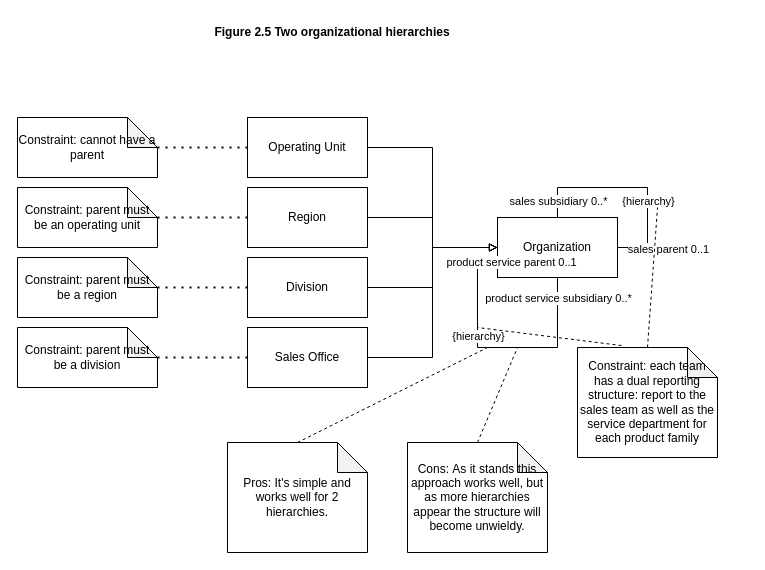
Before: analysis-patterns-2-5-Two-organizational-hierarchies.drawio in wubin28/analysis-patterns-diagrams-in-uml, a draw.io diagram. Source tidied: cells renumbered, new cells numbered last; positions are measured from the earlier drawing's top-left corner, leaving out a move shared by most shapes. Both pictures are drawn from the tidied source at 100%, with x=0, y=0 at pixel (17, 17).
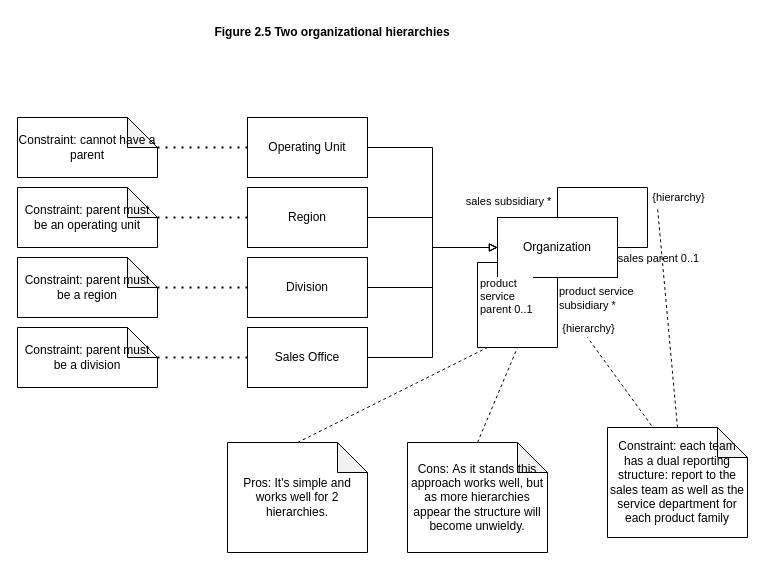
The same diagram, later.

Commit message:
refactor: update multiplicities in figure 2.5

The change refers to these unchanged cells:
```xml
<mxCell id="3" style="edgeStyle=orthogonalEdgeStyle;rounded=0;orthogonalLoop=1;jettySize=auto;html=1;endArrow=none;endFill=0;" parent="1" edge="1" source="2" target="2">
  <mxGeometry relative="1" as="geometry">
    <Array as="points">
      <mxPoint x="540" y="170" />
      <mxPoint x="630" y="170" />
      <mxPoint x="630" y="230" />
    </Array>
  </mxGeometry>
</mxCell>
<mxCell id="23" style="edgeStyle=orthogonalEdgeStyle;rounded=0;orthogonalLoop=1;jettySize=auto;html=1;endArrow=none;endFill=0;exitX=0.5;exitY=1;exitDx=0;exitDy=0;entryX=0;entryY=0.75;entryDx=0;entryDy=0;" parent="1" edge="1" source="2" target="2">
  <mxGeometry relative="1" as="geometry">
    <Array as="points">
      <mxPoint x="540" y="330" />
      <mxPoint x="460" y="330" />
      <mxPoint x="460" y="245" />
    </Array>
  </mxGeometry>
</mxCell>
```

Change to the diagram source:
```diff
@@
-    <mxCell id="4" value="sales subsidiary 0..*" style="edgeLabel;html=1;align=center;verticalAlign=middle;" parent="3" vertex="1">
-      <mxGeometry x="-0.84" relative="1" as="geometry" />
+    <mxCell id="4" value="sales subsidiary *" style="edgeLabel;html=1;align=center;verticalAlign=middle;" parent="3" vertex="1">
+      <mxGeometry x="-0.84" relative="1" as="geometry">
+        <mxPoint x="-50" as="offset" />
+      </mxGeometry>
     </mxCell>
     <mxCell id="5" value="sales parent 0..1" style="edgeLabel;html=1;align=center;verticalAlign=middle;" parent="3" vertex="1">
       <mxGeometry x="0.84" y="1" relative="1" as="geometry">
-        <mxPoint x="33" as="offset" />
+        <mxPoint x="23" y="9" as="offset" />
       </mxGeometry>
     </mxCell>
     <mxCell id="6" value="{hierarchy}" style="edgeLabel;html=1;align=center;verticalAlign=middle;" parent="3" vertex="1">
-      <mxGeometry x="0.27" relative="1" as="geometry" />
+      <mxGeometry x="0.27" relative="1" as="geometry">
+        <mxPoint x="30" y="-4" as="offset" />
+      </mxGeometry>
     </mxCell>
@@
-    <mxCell id="24" value="product service subsidiary 0..*" style="edgeLabel;html=1;align=center;verticalAlign=middle;" parent="23" vertex="1">
+    <mxCell id="24" value="product service &lt;br&gt;subsidiary *" style="edgeLabel;html=1;align=left;verticalAlign=middle;" parent="23" vertex="1">
       <mxGeometry x="-0.84" relative="1" as="geometry" />
     </mxCell>
-    <mxCell id="25" value="product service parent 0..1" style="edgeLabel;html=1;align=center;verticalAlign=middle;" parent="23" vertex="1">
+    <mxCell id="25" value="product &lt;br&gt;service&lt;br&gt;parent 0..1" style="edgeLabel;html=1;align=left;verticalAlign=middle;" parent="23" vertex="1">
       <mxGeometry x="0.84" y="1" relative="1" as="geometry">
-        <mxPoint x="33" as="offset" />
+        <mxPoint x="1" y="34" as="offset" />
       </mxGeometry>
     </mxCell>
     <mxCell id="26" value="{hierarchy}" style="edgeLabel;html=1;align=center;verticalAlign=middle;" parent="23" vertex="1">
-      <mxGeometry x="0.27" relative="1" as="geometry" />
+      <mxGeometry x="0.27" relative="1" as="geometry">
+        <mxPoint x="110" y="-8" as="offset" />
+      </mxGeometry>
     </mxCell>
     <mxCell id="27" value="Constraint: each team has a dual reporting structure: report to the sales team as well as the service department for each product family" style="shape=note;whiteSpace=wrap;html=1;backgroundOutline=1;darkOpacity=0.05;" parent="1" vertex="1">
-      <mxGeometry x="560" y="330" width="140" height="110" as="geometry" />
+      <mxGeometry x="590" y="410" width="140" height="110" as="geometry" />
     </mxCell>
@@
     <mxCell id="33" style="endArrow=none;dashed=1;html=1;rounded=0;exitX=0.314;exitY=-0.018;exitDx=0;exitDy=0;exitPerimeter=0;" parent="1" edge="1" source="27">
       <mxGeometry relative="1" as="geometry">
-        <mxPoint x="460" y="310" as="targetPoint" />
+        <mxPoint x="570" y="320" as="targetPoint" />
       </mxGeometry>
     </mxCell>
```
